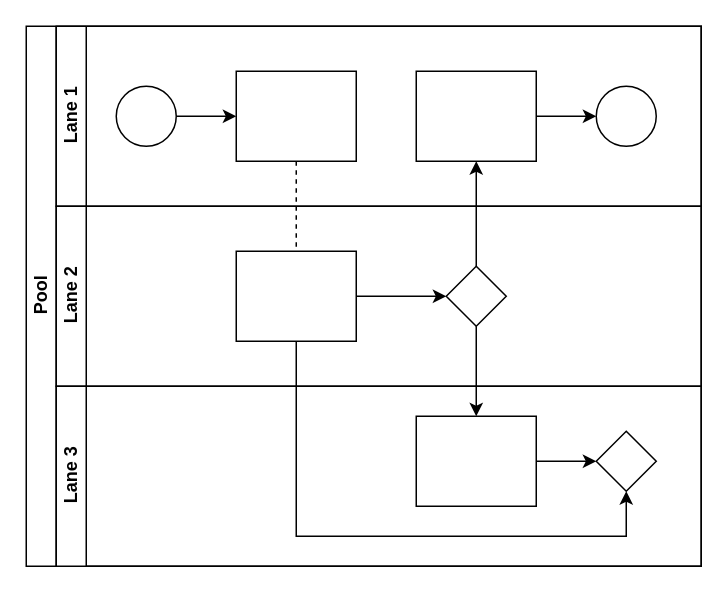
Before: limit-utilization-journal.drawio in extusm/extusm, a draw.io diagram. Source tidied: cells renumbered, new cells numbered last; positions are measured from the earlier drawing's top-left corner, leaving out a move shared by most shapes. Both pictures are drawn from the tidied source at 150%, with x=0, y=0 at pixel (26, 26).
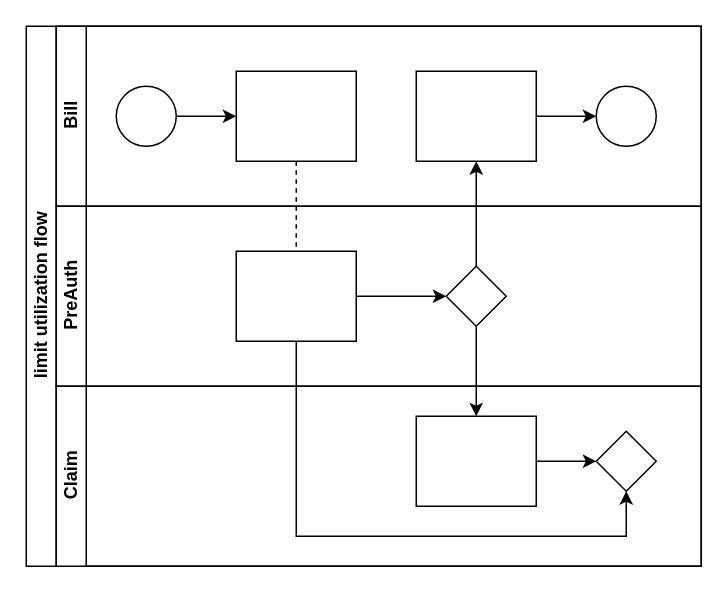
The same diagram, later.

What changed in the source:
```diff
@@
-    <mxCell id="2" value="Pool" style="swimlane;html=1;horizontal=0;startSize=20;" parent="1" vertex="1">
+    <mxCell id="2" value="limit utilization flow" style="swimlane;html=1;horizontal=0;startSize=20;" parent="1" vertex="1">
       <mxGeometry width="450" height="360" as="geometry" />
     </mxCell>
@@
-    <mxCell id="7" value="Lane 1" style="swimlane;html=1;startSize=20;horizontal=0;" parent="2" vertex="1">
+    <mxCell id="7" value="Bill" style="swimlane;html=1;startSize=20;horizontal=0;" parent="2" vertex="1">
       <mxGeometry x="20" width="430" height="120" as="geometry" />
     </mxCell>
@@
-    <mxCell id="14" value="Lane 2" style="swimlane;html=1;startSize=20;horizontal=0;" parent="2" vertex="1">
+    <mxCell id="14" value="PreAuth" style="swimlane;html=1;startSize=20;horizontal=0;" parent="2" vertex="1">
       <mxGeometry x="20" y="120" width="430" height="120" as="geometry" />
     </mxCell>
@@
-    <mxCell id="18" value="Lane 3" style="swimlane;html=1;startSize=20;horizontal=0;" parent="2" vertex="1">
+    <mxCell id="18" value="Claim" style="swimlane;html=1;startSize=20;horizontal=0;" parent="2" vertex="1">
       <mxGeometry x="20" y="240" width="430" height="120" as="geometry" />
     </mxCell>
```
